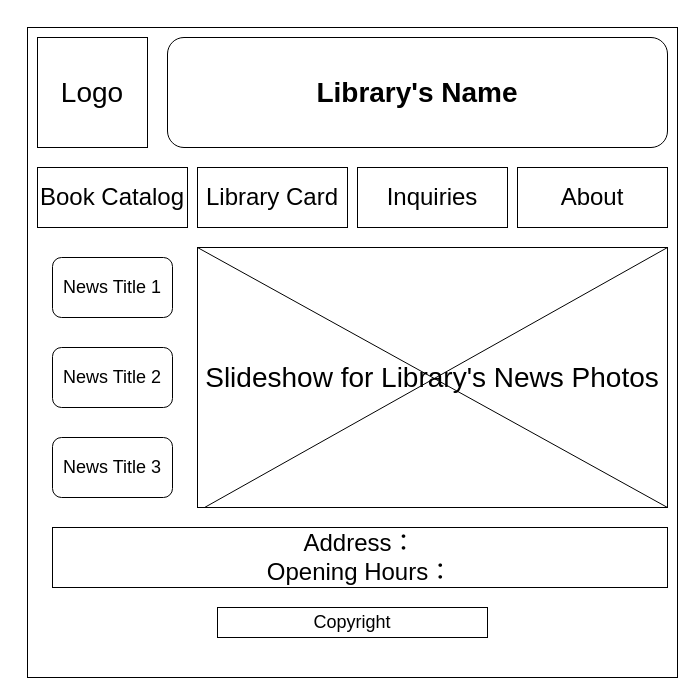
FrayUnderdog/Web-Design keeps this draw.io diagram as 未命名绘图.drawio. Above is the earlier version. Source tidied: cells renumbered, new cells numbered last; positions are measured from the earlier drawing's top-left corner, leaving out a move shared by most shapes. Both pictures are drawn from the tidied source at 100%, with x=0, y=0 at pixel (27, 27).
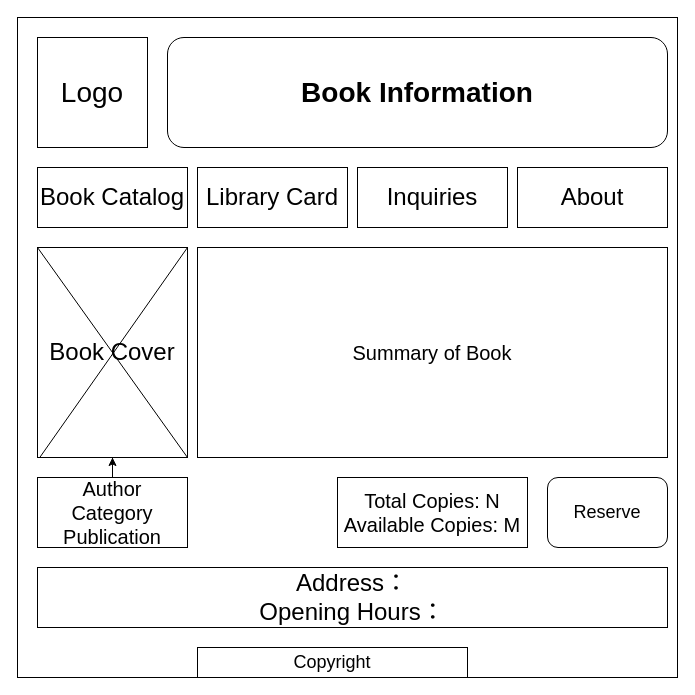
Above is the later version.

Change to the diagram source:
```diff
@@
 <mxGraphModel>
   <root>
     <mxCell id="0" />
     <mxCell id="1" parent="0" />
     <mxCell id="2" style="whiteSpace=wrap;html=1;" parent="1" vertex="1">
-      <mxGeometry width="650" height="650" as="geometry" />
+      <mxGeometry x="-10" y="-10" width="660" height="660" as="geometry" />
     </mxCell>
     <mxCell id="3" value="&lt;font style=&quot;font-size: 28px;&quot;&gt;Logo&lt;/font&gt;" style="whiteSpace=wrap;html=1;" parent="1" vertex="1">
       <mxGeometry x="10" y="10" width="110" height="110" as="geometry" />
     </mxCell>
-    <mxCell id="4" value="&lt;font style=&quot;font-size: 28px;&quot;&gt;&lt;b&gt;Library's Name&lt;/b&gt;&lt;/font&gt;" style="rounded=1;whiteSpace=wrap;html=1;" parent="1" vertex="1">
+    <mxCell id="4" value="&lt;span style=&quot;font-size: 28px;&quot;&gt;&lt;b&gt;Book Information&lt;/b&gt;&lt;/span&gt;" style="rounded=1;whiteSpace=wrap;html=1;" parent="1" vertex="1">
       <mxGeometry x="140" y="10" width="500" height="110" as="geometry" />
     </mxCell>
     <mxCell id="5" value="&lt;font style=&quot;font-size: 24px;&quot;&gt;Book Catalog&lt;/font&gt;" style="rounded=0;whiteSpace=wrap;html=1;" parent="1" vertex="1">
       <mxGeometry x="10" y="140" width="150" height="60" as="geometry" />
     </mxCell>
     <mxCell id="6" value="&lt;font style=&quot;font-size: 24px;&quot;&gt;Library Card&lt;/font&gt;" style="rounded=0;whiteSpace=wrap;html=1;" parent="1" vertex="1">
       <mxGeometry x="170" y="140" width="150" height="60" as="geometry" />
     </mxCell>
     <mxCell id="7" value="&lt;font style=&quot;font-size: 24px;&quot;&gt;Inquiries&lt;/font&gt;" style="rounded=0;whiteSpace=wrap;html=1;" parent="1" vertex="1">
       <mxGeometry x="330" y="140" width="150" height="60" as="geometry" />
     </mxCell>
     <mxCell id="8" value="&lt;font style=&quot;font-size: 24px;&quot;&gt;About&lt;/font&gt;" style="rounded=0;whiteSpace=wrap;html=1;" parent="1" vertex="1">
       <mxGeometry x="490" y="140" width="150" height="60" as="geometry" />
     </mxCell>
-    <mxCell id="9" value="&lt;font style=&quot;font-size: 28px;&quot;&gt;Slideshow for Library's News Photos&lt;/font&gt;" style="rounded=0;whiteSpace=wrap;html=1;" parent="1" vertex="1">
-      <mxGeometry x="170" y="220" width="470" height="260" as="geometry" />
+    <mxCell id="9" value="&lt;font style=&quot;font-size: 24px;&quot;&gt;Book Cover&lt;/font&gt;" style="rounded=0;whiteSpace=wrap;html=1;" parent="1" vertex="1">
+      <mxGeometry x="10" y="220" width="150" height="210" as="geometry" />
     </mxCell>
     <mxCell id="10" style="endArrow=none;html=1;rounded=0;entryX=0.016;entryY=0.999;entryDx=0;entryDy=0;entryPerimeter=0;exitX=1;exitY=0;exitDx=0;exitDy=0;" parent="1" edge="1" source="9" target="9">
       <mxGeometry relative="1" as="geometry" />
     </mxCell>
-    <mxCell id="11" style="endArrow=none;html=1;rounded=0;entryX=1;entryY=1;entryDx=0;entryDy=0;exitX=0;exitY=0;exitDx=0;exitDy=0;" parent="1" edge="1" source="9" target="9">
+    <mxCell id="11" style="endArrow=none;html=1;rounded=0;entryX=1;entryY=1;entryDx=0;entryDy=0;exitX=0;exitY=0;exitDx=0;exitDy=0;elbow=vertical;" parent="1" edge="1" source="9" target="9">
       <mxGeometry relative="1" as="geometry" />
     </mxCell>
-    <mxCell id="12" value="&lt;font style=&quot;font-size: 18px;&quot;&gt;News Title 1&lt;/font&gt;" style="rounded=1;whiteSpace=wrap;html=1;" parent="1" vertex="1">
-      <mxGeometry x="25" y="230" width="120" height="60" as="geometry" />
-    </mxCell>
-    <mxCell id="13" value="&lt;font style=&quot;font-size: 18px;&quot;&gt;News Title 2&lt;/font&gt;" style="rounded=1;whiteSpace=wrap;html=1;" parent="1" vertex="1">
-      <mxGeometry x="25" y="320" width="120" height="60" as="geometry" />
-    </mxCell>
-    <mxCell id="14" value="&lt;font style=&quot;font-size: 18px;&quot;&gt;News Title 3&lt;/font&gt;" style="rounded=1;whiteSpace=wrap;html=1;" parent="1" vertex="1">
-      <mxGeometry x="25" y="410" width="120" height="60" as="geometry" />
+    <mxCell id="14" value="&lt;font style=&quot;font-size: 18px;&quot;&gt;Reserve&lt;/font&gt;" style="rounded=1;whiteSpace=wrap;html=1;" parent="1" vertex="1">
+      <mxGeometry x="520" y="450" width="120" height="70" as="geometry" />
     </mxCell>
     <mxCell id="15" value="&lt;font style=&quot;font-size: 24px;&quot;&gt;Address：&lt;/font&gt;&lt;div style=&quot;font-size: 24px;&quot;&gt;&lt;font style=&quot;font-size: 24px;&quot;&gt;Opening Hours：&lt;/font&gt;&lt;/div&gt;" style="rounded=0;whiteSpace=wrap;html=1;" parent="1" vertex="1">
-      <mxGeometry x="25" y="500" width="615" height="60" as="geometry" />
+      <mxGeometry x="10" y="540" width="630" height="60" as="geometry" />
     </mxCell>
     <mxCell id="16" value="&lt;font style=&quot;font-size: 18px;&quot;&gt;Copyright&lt;/font&gt;" style="rounded=0;whiteSpace=wrap;html=1;" parent="1" vertex="1">
-      <mxGeometry x="190" y="580" width="270" height="30" as="geometry" />
+      <mxGeometry x="170" y="620" width="270" height="30" as="geometry" />
     </mxCell>
+    <mxCell id="17" style="edgeStyle=orthogonalEdgeStyle;rounded=0;jettySize=auto;html=1;" parent="1" edge="1" source="18" target="9">
+      <mxGeometry relative="1" as="geometry" />
+    </mxCell>
+    <mxCell id="18" value="&lt;font style=&quot;font-size: 20px;&quot;&gt;Author&lt;/font&gt;&lt;div style=&quot;font-size: 20px;&quot;&gt;&lt;font style=&quot;font-size: 20px;&quot;&gt;Category&lt;/font&gt;&lt;/div&gt;&lt;div style=&quot;font-size: 20px;&quot;&gt;&lt;font style=&quot;font-size: 20px;&quot;&gt;Publication&lt;/font&gt;&lt;/div&gt;" style="rounded=0;whiteSpace=wrap;html=1;" parent="1" vertex="1">
+      <mxGeometry x="10" y="450" width="150" height="70" as="geometry" />
+    </mxCell>
+    <mxCell id="19" value="&lt;font style=&quot;font-size: 20px;&quot;&gt;Summary of Book&lt;/font&gt;" style="rounded=0;whiteSpace=wrap;html=1;" parent="1" vertex="1">
+      <mxGeometry x="170" y="220" width="470" height="210" as="geometry" />
+    </mxCell>
+    <mxCell id="20" value="&lt;font style=&quot;font-size: 20px;&quot;&gt;Total Copies: N&lt;/font&gt;&lt;div style=&quot;font-size: 20px;&quot;&gt;&lt;font style=&quot;font-size: 20px;&quot;&gt;Available Copies: M&lt;/font&gt;&lt;/div&gt;" style="rounded=0;whiteSpace=wrap;html=1;" parent="1" vertex="1">
+      <mxGeometry x="310" y="450" width="190" height="70" as="geometry" />
+    </mxCell>
   </root>
 </mxGraphModel>
```
